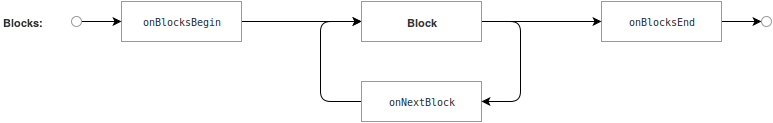
This is 1.0/resource/markdom-events-blocks.png from markdom/specification, a draw.io export, as it was before one commit. Source tidied: cells renumbered, new cells last; positions are measured from the earlier drawing's top-left corner, leaving out a move shared by most shapes. Source of this version:
```xml
<mxGraphModel background="#ffffff">
  <root>
    <mxCell id="0" />
    <mxCell id="1" parent="0" />
    <mxCell id="2" value="Blocks:" style="whiteSpace=wrap;html=1;strokeColor=none;fillColor=none;fontSize=11;fontColor=#333333;strokeWidth=1;fontStyle=1;align=left;" parent="1" vertex="1">
      <mxGeometry width="80" height="40" as="geometry" />
    </mxCell>
    <mxCell id="3" style="edgeStyle=orthogonalEdgeStyle;rounded=1;html=1;exitX=1;exitY=0.5;entryX=0;entryY=0.5;endArrow=classic;endFill=1;jettySize=auto;fontSize=9;fontColor=#333333;strokeWidth=1;" parent="1" edge="1" source="4" target="11">
      <mxGeometry x="280" y="140" as="geometry" />
    </mxCell>
    <mxCell id="4" value="&lt;pre&gt;onBlocksBegin&lt;/pre&gt;" style="whiteSpace=wrap;html=1;strokeColor=#999999;fillColor=#ffffff;fontSize=10;fontColor=#333333;strokeWidth=1;" parent="1" vertex="1">
      <mxGeometry x="120" width="120" height="40" as="geometry" />
    </mxCell>
    <mxCell id="5" style="edgeStyle=orthogonalEdgeStyle;rounded=1;html=1;exitX=1;exitY=0.5;entryX=0;entryY=0.5;endArrow=classic;endFill=1;jettySize=auto;fontSize=9;fontColor=#333333;strokeWidth=1;" parent="1" edge="1" source="6" target="12">
      <mxGeometry x="760" y="140" as="geometry" />
    </mxCell>
    <mxCell id="6" value="&lt;pre&gt;onBlocksEnd&lt;/pre&gt;" style="whiteSpace=wrap;html=1;strokeColor=#999999;fillColor=#ffffff;fontSize=10;fontColor=#333333;strokeWidth=1;" parent="1" vertex="1">
      <mxGeometry x="600" width="120" height="40" as="geometry" />
    </mxCell>
    <mxCell id="7" style="edgeStyle=orthogonalEdgeStyle;rounded=1;html=1;exitX=0;exitY=0.5;entryX=0;entryY=0.5;endArrow=classic;endFill=1;jettySize=auto;fontSize=9;fontColor=#333333;strokeWidth=1;" parent="1" edge="1" source="8" target="11">
      <mxGeometry x="359" y="140" as="geometry">
        <Array as="points">
          <mxPoint x="319" y="100" />
          <mxPoint x="319" y="20" />
        </Array>
      </mxGeometry>
    </mxCell>
    <mxCell id="8" value="&lt;pre&gt;onNextBlock&lt;/pre&gt;" style="whiteSpace=wrap;html=1;strokeColor=#999999;fillColor=#ffffff;fontSize=10;fontColor=#333333;strokeWidth=1;" parent="1" vertex="1">
      <mxGeometry x="360" y="80" width="120" height="40" as="geometry" />
    </mxCell>
    <mxCell id="9" style="edgeStyle=orthogonalEdgeStyle;rounded=1;html=1;exitX=1;exitY=0.5;entryX=1;entryY=0.5;endArrow=classic;endFill=1;jettySize=auto;fontSize=9;fontColor=#333333;strokeWidth=1;" parent="1" edge="1" source="11" target="8">
      <mxGeometry x="520" y="140" as="geometry">
        <Array as="points">
          <mxPoint x="519" y="20" />
          <mxPoint x="519" y="100" />
        </Array>
      </mxGeometry>
    </mxCell>
    <mxCell id="10" style="edgeStyle=orthogonalEdgeStyle;rounded=1;html=1;exitX=1;exitY=0.5;entryX=0;entryY=0.5;endArrow=classic;endFill=1;jettySize=auto;fontSize=9;fontColor=#333333;strokeWidth=1;" parent="1" edge="1" source="11" target="6">
      <mxGeometry x="520" y="140" as="geometry" />
    </mxCell>
    <mxCell id="11" value="&lt;b&gt;Block&lt;/b&gt;" style="whiteSpace=wrap;html=1;strokeColor=#999999;fillColor=#ffffff;fontSize=11;fontColor=#333333;strokeWidth=1;" parent="1" vertex="1">
      <mxGeometry x="360" width="120" height="40" as="geometry" />
    </mxCell>
    <mxCell id="12" style="ellipse;whiteSpace=wrap;html=1;strokeColor=#999999;fillColor=#ffffff;fontSize=9;fontColor=#333333;strokeWidth=1;" parent="1" vertex="1">
      <mxGeometry x="760" y="15" width="10" height="10" as="geometry" />
    </mxCell>
    <mxCell id="13" style="edgeStyle=orthogonalEdgeStyle;rounded=1;html=1;exitX=1;exitY=0.5;entryX=0;entryY=0.5;endArrow=classic;endFill=1;jettySize=auto;fontSize=9;fontColor=#333333;strokeWidth=1;" parent="1" edge="1" source="14" target="4">
      <mxGeometry x="120" y="140" as="geometry" />
    </mxCell>
    <mxCell id="14" style="ellipse;whiteSpace=wrap;html=1;strokeColor=#999999;fillColor=#ffffff;fontSize=9;fontColor=#333333;strokeWidth=1;" parent="1" vertex="1">
      <mxGeometry x="70" y="15" width="10" height="10" as="geometry" />
    </mxCell>
  </root>
</mxGraphModel>
```
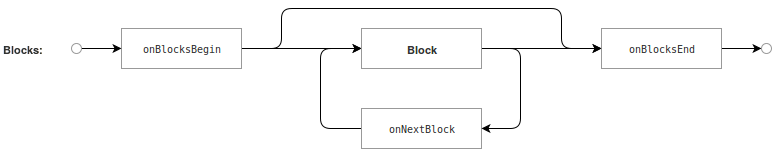
Above is the later version.

Diff of the diagram source:
```diff
@@ -5,51 +5,61 @@
     <mxCell id="2" value="Blocks:" style="whiteSpace=wrap;html=1;strokeColor=none;fillColor=none;fontSize=11;fontColor=#333333;strokeWidth=1;fontStyle=1;align=left;" parent="1" vertex="1">
       <mxGeometry width="80" height="40" as="geometry" />
     </mxCell>
-    <mxCell id="3" style="edgeStyle=orthogonalEdgeStyle;rounded=1;html=1;exitX=1;exitY=0.5;entryX=0;entryY=0.5;endArrow=classic;endFill=1;jettySize=auto;fontSize=9;fontColor=#333333;strokeWidth=1;" parent="1" edge="1" source="4" target="11">
+    <mxCell id="3" style="edgeStyle=orthogonalEdgeStyle;rounded=1;html=1;exitX=1;exitY=0.5;entryX=0;entryY=0.5;endArrow=classic;endFill=1;jettySize=auto;fontSize=9;fontColor=#333333;strokeWidth=1;" parent="1" edge="1" source="5" target="12">
       <mxGeometry x="280" y="140" as="geometry" />
     </mxCell>
-    <mxCell id="4" value="&lt;pre&gt;onBlocksBegin&lt;/pre&gt;" style="whiteSpace=wrap;html=1;strokeColor=#999999;fillColor=#ffffff;fontSize=10;fontColor=#333333;strokeWidth=1;" parent="1" vertex="1">
-      <mxGeometry x="120" width="120" height="40" as="geometry" />
+    <mxCell id="4" style="edgeStyle=orthogonalEdgeStyle;rounded=1;html=1;exitX=1;exitY=0.5;entryX=0;entryY=0.5;startArrow=none;startFill=0;endArrow=classic;endFill=1;jettySize=auto;strokeColor=#000000;strokeWidth=1;fontSize=11;" parent="1" edge="1" source="5" target="7">
+      <mxGeometry x="280" y="100" as="geometry">
+        <Array as="points">
+          <mxPoint x="280" y="20" />
+          <mxPoint x="280" y="-20" />
+          <mxPoint x="560" y="-20" />
+          <mxPoint x="560" y="20" />
+        </Array>
+      </mxGeometry>
     </mxCell>
-    <mxCell id="5" style="edgeStyle=orthogonalEdgeStyle;rounded=1;html=1;exitX=1;exitY=0.5;entryX=0;entryY=0.5;endArrow=classic;endFill=1;jettySize=auto;fontSize=9;fontColor=#333333;strokeWidth=1;" parent="1" edge="1" source="6" target="12">
-      <mxGeometry x="760" y="140" as="geometry" />
+    <mxCell id="5" value="&lt;pre&gt;onBlocksBegin&lt;/pre&gt;" style="whiteSpace=wrap;html=1;strokeColor=#999999;fillColor=#ffffff;fontSize=10;fontColor=#333333;strokeWidth=1;" parent="1" vertex="1">
+      <mxGeometry x="120" width="120" height="40" as="geometry" />
     </mxCell>
-    <mxCell id="6" value="&lt;pre&gt;onBlocksEnd&lt;/pre&gt;" style="whiteSpace=wrap;html=1;strokeColor=#999999;fillColor=#ffffff;fontSize=10;fontColor=#333333;strokeWidth=1;" parent="1" vertex="1">
-      <mxGeometry x="600" width="120" height="40" as="geometry" />
+    <mxCell id="6" style="edgeStyle=orthogonalEdgeStyle;rounded=1;html=1;exitX=1;exitY=0.5;entryX=0;entryY=0.5;endArrow=classic;endFill=1;jettySize=auto;fontSize=9;fontColor=#333333;strokeWidth=1;" parent="1" edge="1" source="7" target="13">
+      <mxGeometry x="760" y="140" as="geometry" />
     </mxCell>
-    <mxCell id="7" style="edgeStyle=orthogonalEdgeStyle;rounded=1;html=1;exitX=0;exitY=0.5;entryX=0;entryY=0.5;endArrow=classic;endFill=1;jettySize=auto;fontSize=9;fontColor=#333333;strokeWidth=1;" parent="1" edge="1" source="8" target="11">
-      <mxGeometry x="359" y="140" as="geometry">
-        <Array as="points">
-          <mxPoint x="319" y="100" />
-          <mxPoint x="319" y="20" />
-        </Array>
-      </mxGeometry>
+    <mxCell id="7" value="&lt;pre&gt;onBlocksEnd&lt;/pre&gt;" style="whiteSpace=wrap;html=1;strokeColor=#999999;fillColor=#ffffff;fontSize=10;fontColor=#333333;strokeWidth=1;" parent="1" vertex="1">
+      <mxGeometry x="600" width="120" height="40" as="geometry" />
     </mxCell>
-    <mxCell id="8" value="&lt;pre&gt;onNextBlock&lt;/pre&gt;" style="whiteSpace=wrap;html=1;strokeColor=#999999;fillColor=#ffffff;fontSize=10;fontColor=#333333;strokeWidth=1;" parent="1" vertex="1">
-      <mxGeometry x="360" y="80" width="120" height="40" as="geometry" />
+    <mxCell id="8" style="edgeStyle=orthogonalEdgeStyle;rounded=1;html=1;exitX=0;exitY=0.5;entryX=0;entryY=0.5;endArrow=classic;endFill=1;jettySize=auto;fontSize=9;fontColor=#333333;strokeWidth=1;" parent="1" edge="1" source="9" target="12">
+      <mxGeometry x="359" y="140" as="geometry">
+        <Array as="points">
+          <mxPoint x="319" y="100" />
+          <mxPoint x="319" y="20" />
+        </Array>
+      </mxGeometry>
     </mxCell>
-    <mxCell id="9" style="edgeStyle=orthogonalEdgeStyle;rounded=1;html=1;exitX=1;exitY=0.5;entryX=1;entryY=0.5;endArrow=classic;endFill=1;jettySize=auto;fontSize=9;fontColor=#333333;strokeWidth=1;" parent="1" edge="1" source="11" target="8">
-      <mxGeometry x="520" y="140" as="geometry">
-        <Array as="points">
-          <mxPoint x="519" y="20" />
-          <mxPoint x="519" y="100" />
-        </Array>
-      </mxGeometry>
+    <mxCell id="9" value="&lt;pre&gt;onNextBlock&lt;/pre&gt;" style="whiteSpace=wrap;html=1;strokeColor=#999999;fillColor=#ffffff;fontSize=10;fontColor=#333333;strokeWidth=1;" parent="1" vertex="1">
+      <mxGeometry x="360" y="80" width="120" height="40" as="geometry" />
     </mxCell>
-    <mxCell id="10" style="edgeStyle=orthogonalEdgeStyle;rounded=1;html=1;exitX=1;exitY=0.5;entryX=0;entryY=0.5;endArrow=classic;endFill=1;jettySize=auto;fontSize=9;fontColor=#333333;strokeWidth=1;" parent="1" edge="1" source="11" target="6">
-      <mxGeometry x="520" y="140" as="geometry" />
+    <mxCell id="10" style="edgeStyle=orthogonalEdgeStyle;rounded=1;html=1;exitX=1;exitY=0.5;entryX=1;entryY=0.5;endArrow=classic;endFill=1;jettySize=auto;fontSize=9;fontColor=#333333;strokeWidth=1;" parent="1" edge="1" source="12" target="9">
+      <mxGeometry x="520" y="140" as="geometry">
+        <Array as="points">
+          <mxPoint x="519" y="20" />
+          <mxPoint x="519" y="100" />
+        </Array>
+      </mxGeometry>
     </mxCell>
-    <mxCell id="11" value="&lt;b&gt;Block&lt;/b&gt;" style="whiteSpace=wrap;html=1;strokeColor=#999999;fillColor=#ffffff;fontSize=11;fontColor=#333333;strokeWidth=1;" parent="1" vertex="1">
-      <mxGeometry x="360" width="120" height="40" as="geometry" />
+    <mxCell id="11" style="edgeStyle=orthogonalEdgeStyle;rounded=1;html=1;exitX=1;exitY=0.5;entryX=0;entryY=0.5;endArrow=classic;endFill=1;jettySize=auto;fontSize=9;fontColor=#333333;strokeWidth=1;" parent="1" edge="1" source="12" target="7">
+      <mxGeometry x="520" y="140" as="geometry" />
     </mxCell>
-    <mxCell id="12" style="ellipse;whiteSpace=wrap;html=1;strokeColor=#999999;fillColor=#ffffff;fontSize=9;fontColor=#333333;strokeWidth=1;" parent="1" vertex="1">
-      <mxGeometry x="760" y="15" width="10" height="10" as="geometry" />
+    <mxCell id="12" value="&lt;b&gt;Block&lt;/b&gt;" style="whiteSpace=wrap;html=1;strokeColor=#999999;fillColor=#ffffff;fontSize=11;fontColor=#333333;strokeWidth=1;" parent="1" vertex="1">
+      <mxGeometry x="360" width="120" height="40" as="geometry" />
     </mxCell>
-    <mxCell id="13" style="edgeStyle=orthogonalEdgeStyle;rounded=1;html=1;exitX=1;exitY=0.5;entryX=0;entryY=0.5;endArrow=classic;endFill=1;jettySize=auto;fontSize=9;fontColor=#333333;strokeWidth=1;" parent="1" edge="1" source="14" target="4">
-      <mxGeometry x="120" y="140" as="geometry" />
+    <mxCell id="13" style="ellipse;whiteSpace=wrap;html=1;strokeColor=#999999;fillColor=#ffffff;fontSize=9;fontColor=#333333;strokeWidth=1;" parent="1" vertex="1">
+      <mxGeometry x="760" y="15" width="10" height="10" as="geometry" />
     </mxCell>
-    <mxCell id="14" style="ellipse;whiteSpace=wrap;html=1;strokeColor=#999999;fillColor=#ffffff;fontSize=9;fontColor=#333333;strokeWidth=1;" parent="1" vertex="1">
-      <mxGeometry x="70" y="15" width="10" height="10" as="geometry" />
+    <mxCell id="14" style="edgeStyle=orthogonalEdgeStyle;rounded=1;html=1;exitX=1;exitY=0.5;entryX=0;entryY=0.5;endArrow=classic;endFill=1;jettySize=auto;fontSize=9;fontColor=#333333;strokeWidth=1;" parent="1" edge="1" source="15" target="5">
+      <mxGeometry x="120" y="140" as="geometry" />
     </mxCell>
+    <mxCell id="15" style="ellipse;whiteSpace=wrap;html=1;strokeColor=#999999;fillColor=#ffffff;fontSize=9;fontColor=#333333;strokeWidth=1;" parent="1" vertex="1">
+      <mxGeometry x="70" y="15" width="10" height="10" as="geometry" />
+    </mxCell>
   </root>
 </mxGraphModel>
```
